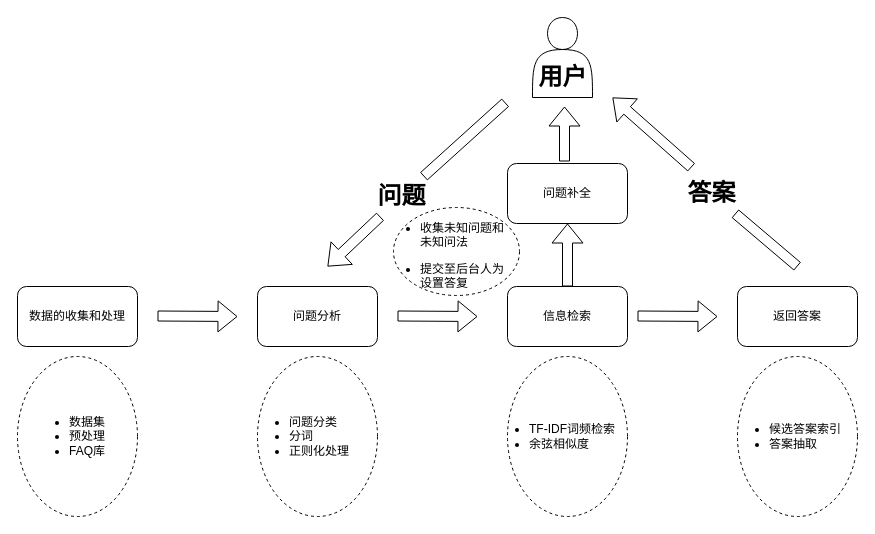
The draw.io diagram page "第 1 页" (1 of 3) of 问答系统流程.drawio in superluckily/md_picture, before the edit. Source tidied: cells renumbered, new cells numbered last; positions are measured from the earlier drawing's top-left corner, leaving out a move shared by most shapes. Both pictures are drawn from the tidied source at 100%, with x=0, y=0 at pixel (17, 17).
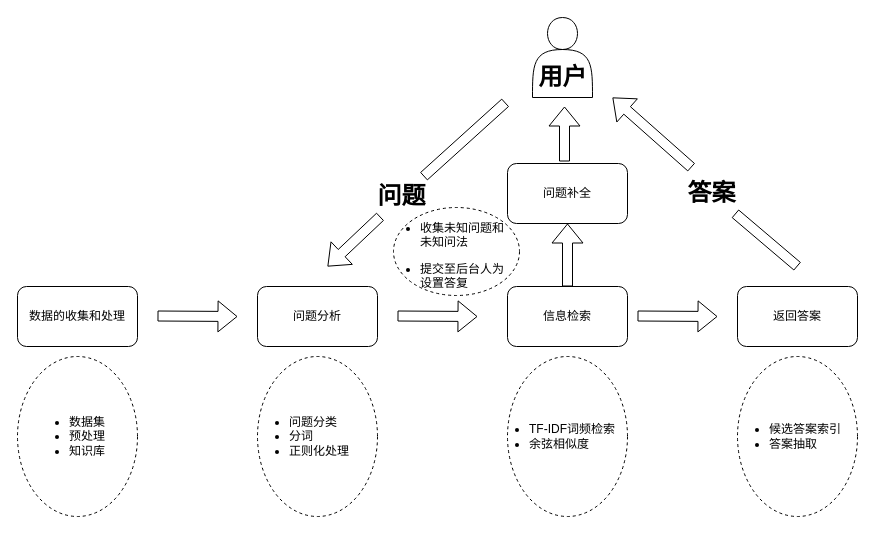
Above is the later version.

Commit message:
更新问答系统流程.drawio

What changed in the source:
```diff
@@
-    <mxCell id="11" value="&lt;ul&gt;&lt;li&gt;数据集&lt;/li&gt;&lt;li&gt;预处理&lt;/li&gt;&lt;li&gt;FAQ库&lt;/li&gt;&lt;/ul&gt;" style="text;strokeColor=none;fillColor=none;html=1;whiteSpace=wrap;verticalAlign=middle;overflow=hidden;" parent="1" vertex="1">
+    <mxCell id="11" value="&lt;ul&gt;&lt;li&gt;数据集&lt;/li&gt;&lt;li&gt;预处理&lt;/li&gt;&lt;li&gt;知识库&lt;/li&gt;&lt;/ul&gt;" style="text;strokeColor=none;fillColor=none;html=1;whiteSpace=wrap;verticalAlign=middle;overflow=hidden;" parent="1" vertex="1">
       <mxGeometry x="10" y="379" width="100" height="80" as="geometry" />
     </mxCell>
```
